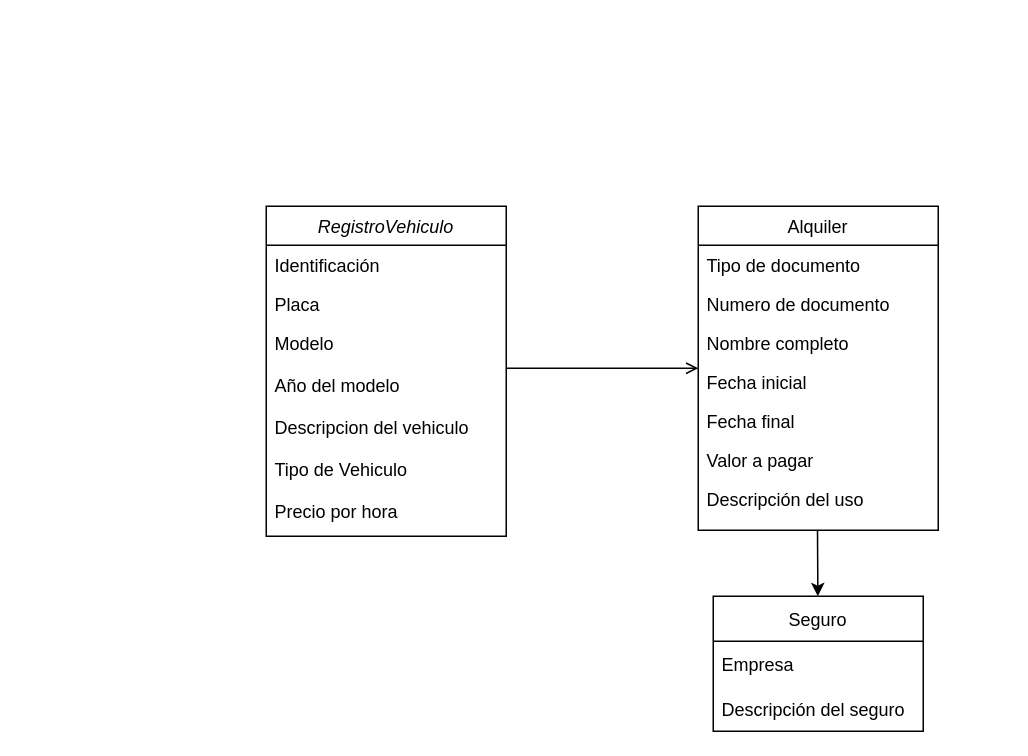
Earlier version of the draw.io diagram Untitled Diagram.drawio (manuelRestrep0/reto_4). Source tidied: cells renumbered, new cells numbered last; positions are measured from the earlier drawing's top-left corner, leaving out a move shared by most shapes. Both pictures are drawn from the tidied source at 150%, with x=0, y=0 at pixel (266, 206).
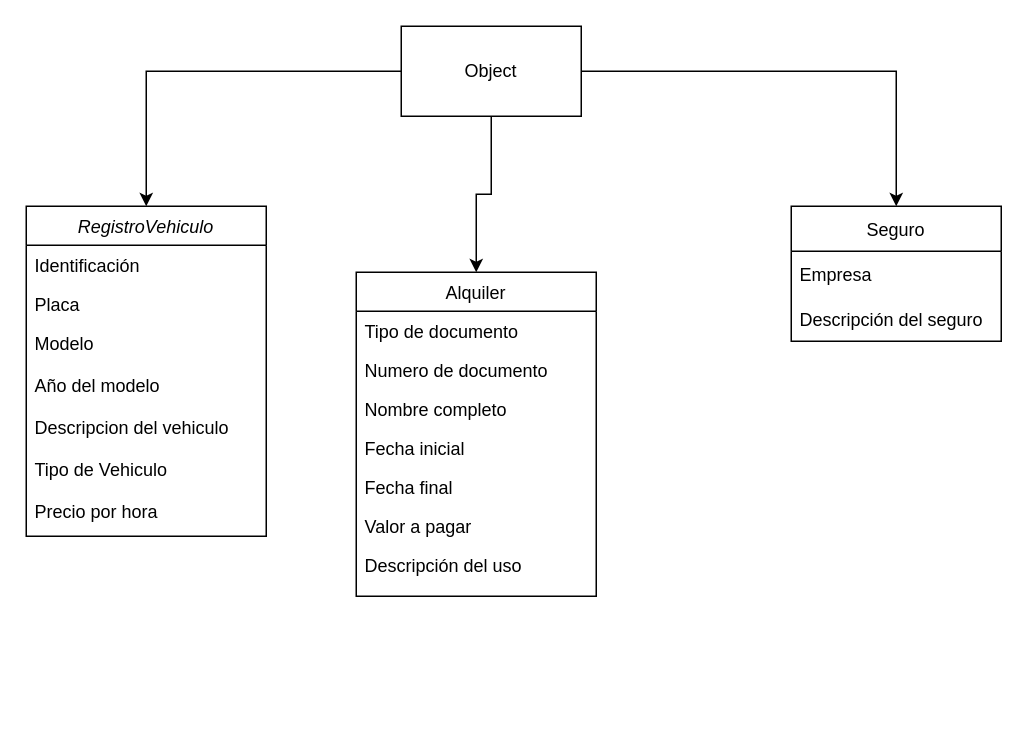
The same page after the edit.

The edit, as a diff of the source:
```diff
@@
     <mxCell id="2" value="RegistroVehiculo" style="swimlane;fontStyle=2;align=center;verticalAlign=top;horizontal=1;startSize=26;rounded=0;shadow=0;strokeWidth=1;" parent="1" vertex="1">
-      <mxGeometry width="160" height="220" as="geometry" />
+      <mxGeometry x="-160" width="160" height="220" as="geometry" />
     </mxCell>
@@
     <mxCell id="6" value="Alquiler" style="swimlane;fontStyle=0;align=center;verticalAlign=top;horizontal=1;startSize=26;rounded=0;shadow=0;strokeWidth=1;" parent="1" vertex="1">
-      <mxGeometry x="288" width="160" height="216" as="geometry" />
+      <mxGeometry x="60" y="44" width="160" height="216" as="geometry" />
     </mxCell>
@@
-    <mxCell id="14" style="endArrow=open;shadow=0;strokeWidth=1;rounded=0;endFill=1;edgeStyle=elbowEdgeStyle;elbow=vertical;" parent="1" edge="1" source="2" target="6">
-      <mxGeometry x="0.5" y="41" relative="1" as="geometry">
-        <mxPoint x="-40" y="32" as="offset" />
-      </mxGeometry>
-    </mxCell>
-    <mxCell id="15" style="endArrow=classic;html=1;rounded=0;" parent="1" edge="1" target="16">
-      <mxGeometry relative="1" as="geometry">
-        <mxPoint x="367.5" y="216" as="sourcePoint" />
-      </mxGeometry>
-    </mxCell>
     <mxCell id="16" value="Seguro" style="swimlane;fontStyle=0;horizontal=1;startSize=30;" parent="1" vertex="1">
-      <mxGeometry x="298" y="260" width="140" height="90" as="geometry" />
+      <mxGeometry x="350" width="140" height="90" as="geometry" />
     </mxCell>
@@
+    <mxCell id="19" style="edgeStyle=orthogonalEdgeStyle;rounded=0;jettySize=auto;html=1;exitX=0;exitY=0.5;exitDx=0;exitDy=0;entryX=0.5;entryY=0;entryDx=0;entryDy=0;" parent="1" edge="1" source="22" target="2">
+      <mxGeometry relative="1" as="geometry" />
+    </mxCell>
+    <mxCell id="20" style="edgeStyle=orthogonalEdgeStyle;rounded=0;jettySize=auto;html=1;exitX=0.5;exitY=1;exitDx=0;exitDy=0;entryX=0.5;entryY=0;entryDx=0;entryDy=0;" parent="1" edge="1" source="22" target="6">
+      <mxGeometry relative="1" as="geometry" />
+    </mxCell>
+    <mxCell id="21" style="edgeStyle=orthogonalEdgeStyle;rounded=0;jettySize=auto;html=1;exitX=1;exitY=0.5;exitDx=0;exitDy=0;entryX=0.5;entryY=0;entryDx=0;entryDy=0;" parent="1" edge="1" source="22" target="16">
+      <mxGeometry relative="1" as="geometry" />
+    </mxCell>
+    <mxCell id="22" value="Object" style="rounded=0;whiteSpace=wrap;html=1;" parent="1" vertex="1">
+      <mxGeometry x="90" y="-120" width="120" height="60" as="geometry" />
+    </mxCell>
```
